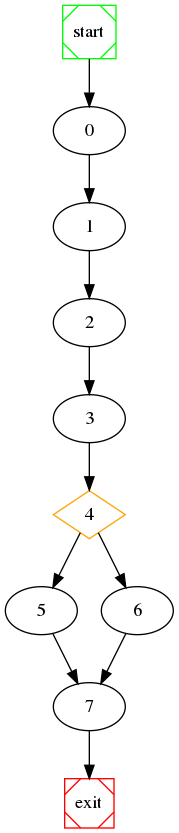
Before: cnf/raw_graph.png, a diagram exported from Graphviz (NabeelQaiser/BTP_2k18-19). Its source is kept beside it as cnf/raw_graph.dot.
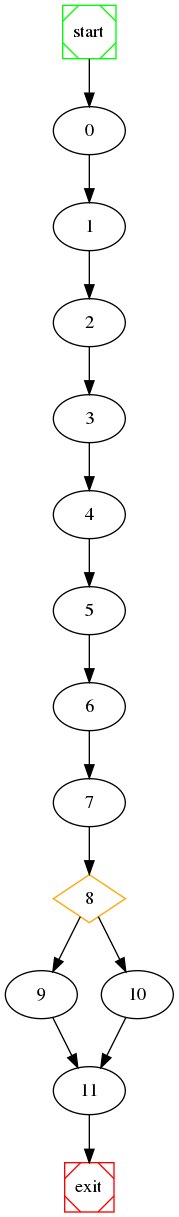
Above is the later version.

The edit, as a diff of the source:
```diff
@@ -4,13 +4,17 @@
 	0 -> 1 ;
 	1 -> 2 ;
 	2 -> 3 ;
-	4 [shape=diamond, color=orange] ;
+	3 -> 4 ;
 	4 -> 5 ;
-	4 -> 6 ;
-	3 -> 4 ;
+	5 -> 6 ;
 	6 -> 7 ;
-	5 -> 7 ;
-	7 -> exit;
+	8 [shape=diamond, color=orange] ;
+	8 -> 9 ;
+	8 -> 10 ;
+	7 -> 8 ;
+	10 -> 11 ;
+	9 -> 11 ;
+	11 -> exit;
 
 	start [shape=Msquare, color=green];
 	exit [shape=Msquare, color=red];
```
